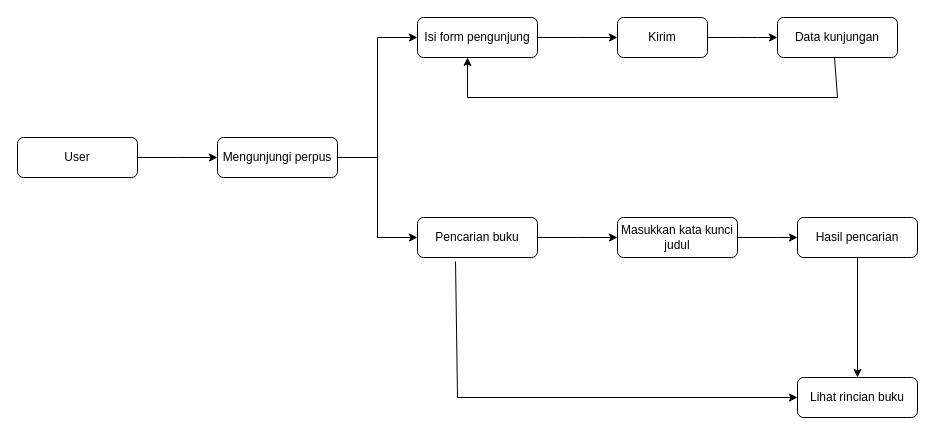
Earlier version of the draw.io diagram Untitled Diagram.drawio (vazkya/Web). Source tidied: cells renumbered, new cells numbered last; positions are measured from the earlier drawing's top-left corner, leaving out a move shared by most shapes. Both pictures are drawn from the tidied source at 100%, with x=0, y=0 at pixel (17, 17).
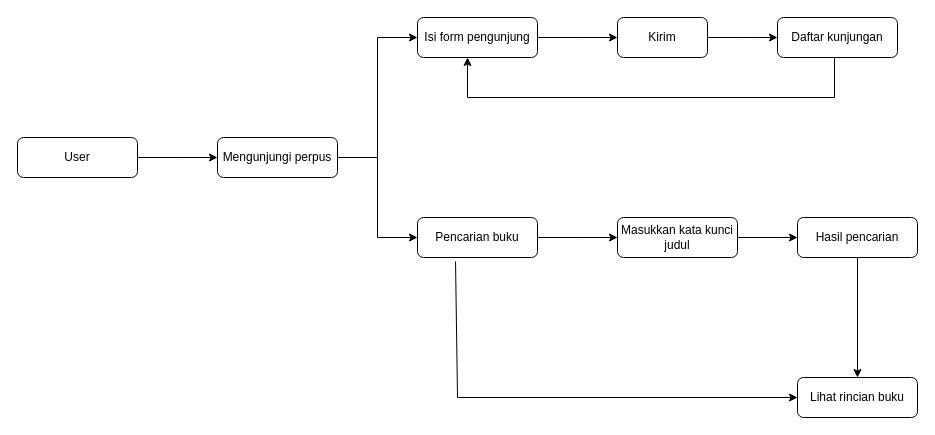
The same diagram, later.

Diff of the diagram source:
```diff
@@
-    <mxCell id="7" value="Data kunjungan" style="rounded=1;whiteSpace=wrap;html=1;" parent="1" vertex="1">
+    <mxCell id="7" value="Daftar kunjungan" style="rounded=1;whiteSpace=wrap;html=1;" parent="1" vertex="1">
       <mxGeometry x="760" width="120" height="40" as="geometry" />
     </mxCell>
@@
     <mxCell id="20" style="endArrow=classic;html=1;rounded=0;" parent="1" edge="1">
       <mxGeometry relative="1" as="geometry">
         <mxPoint x="817" y="40" as="sourcePoint" />
         <mxPoint x="450" y="40" as="targetPoint" />
         <Array as="points">
-          <mxPoint x="820" y="80" />
+          <mxPoint x="817" y="80" />
           <mxPoint x="450" y="80" />
         </Array>
       </mxGeometry>
     </mxCell>
```
